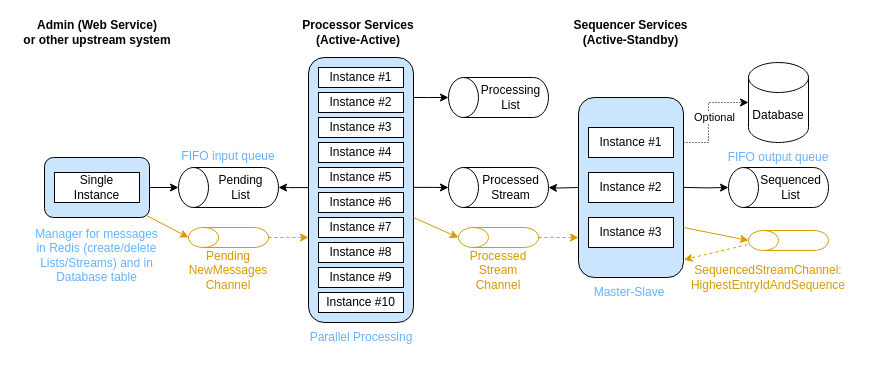
Ducharme/sequencer keeps this draw.io diagram as Diagrams/architecture-diagram.drawio. Above is the earlier version. Source tidied: cells renumbered, new cells numbered last; positions are measured from the earlier drawing's top-left corner, leaving out a move shared by most shapes. Both pictures are drawn from the tidied source at 100%, with x=0, y=0 at pixel (16, 17).
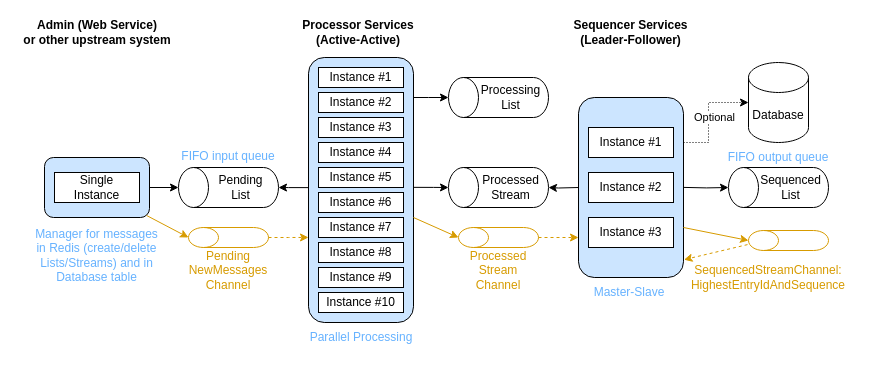
After the change.

Commit message (it also covers changes not shown here):
Rename text, files, and variables to Leader-Follower

The edit, as a diff of the source:
```diff
@@
-    <mxCell id="16" value="Sequencer Services&lt;br&gt;(Active-Standby)" style="text;html=1;strokeColor=none;fillColor=none;align=center;verticalAlign=middle;whiteSpace=wrap;rounded=0;fontStyle=1;" parent="1" vertex="1">
+    <mxCell id="16" value="Sequencer Services&lt;br&gt;(Leader-Follower)" style="text;html=1;strokeColor=none;fillColor=none;align=center;verticalAlign=middle;whiteSpace=wrap;rounded=0;fontStyle=1;" parent="1" vertex="1">
       <mxGeometry x="554.2" width="120.5" height="30" as="geometry" />
     </mxCell>
```
